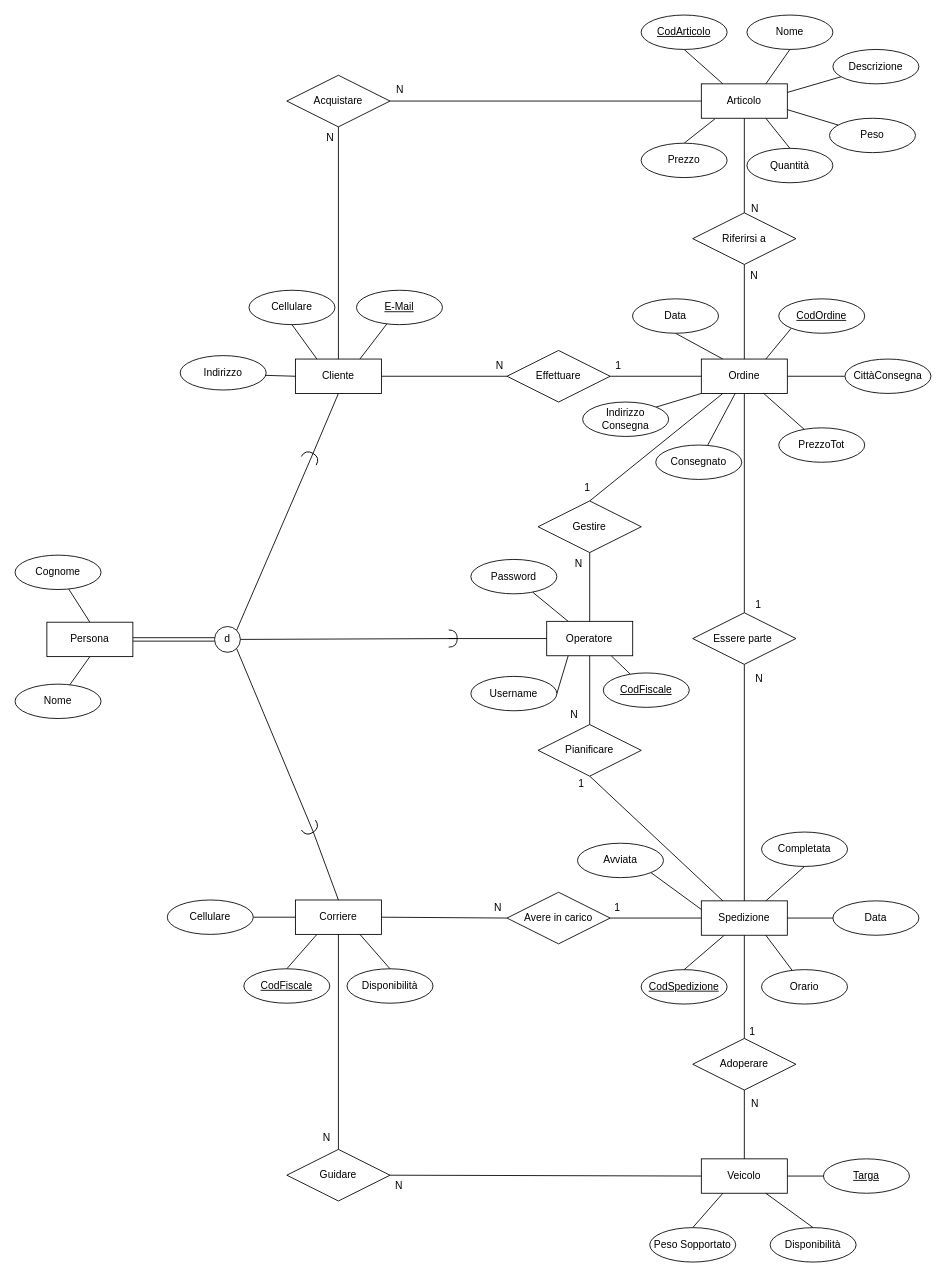
Earlier version of the draw.io diagram Basi di dati/Schema_ER.drawio (Gianluca-F/OOBD_Project). Source tidied: cells renumbered, new cells numbered last; positions are measured from the earlier drawing's top-left corner, leaving out a move shared by most shapes. Both pictures are drawn from the tidied source at 86%, with x=0, y=0 at pixel (15, 15).
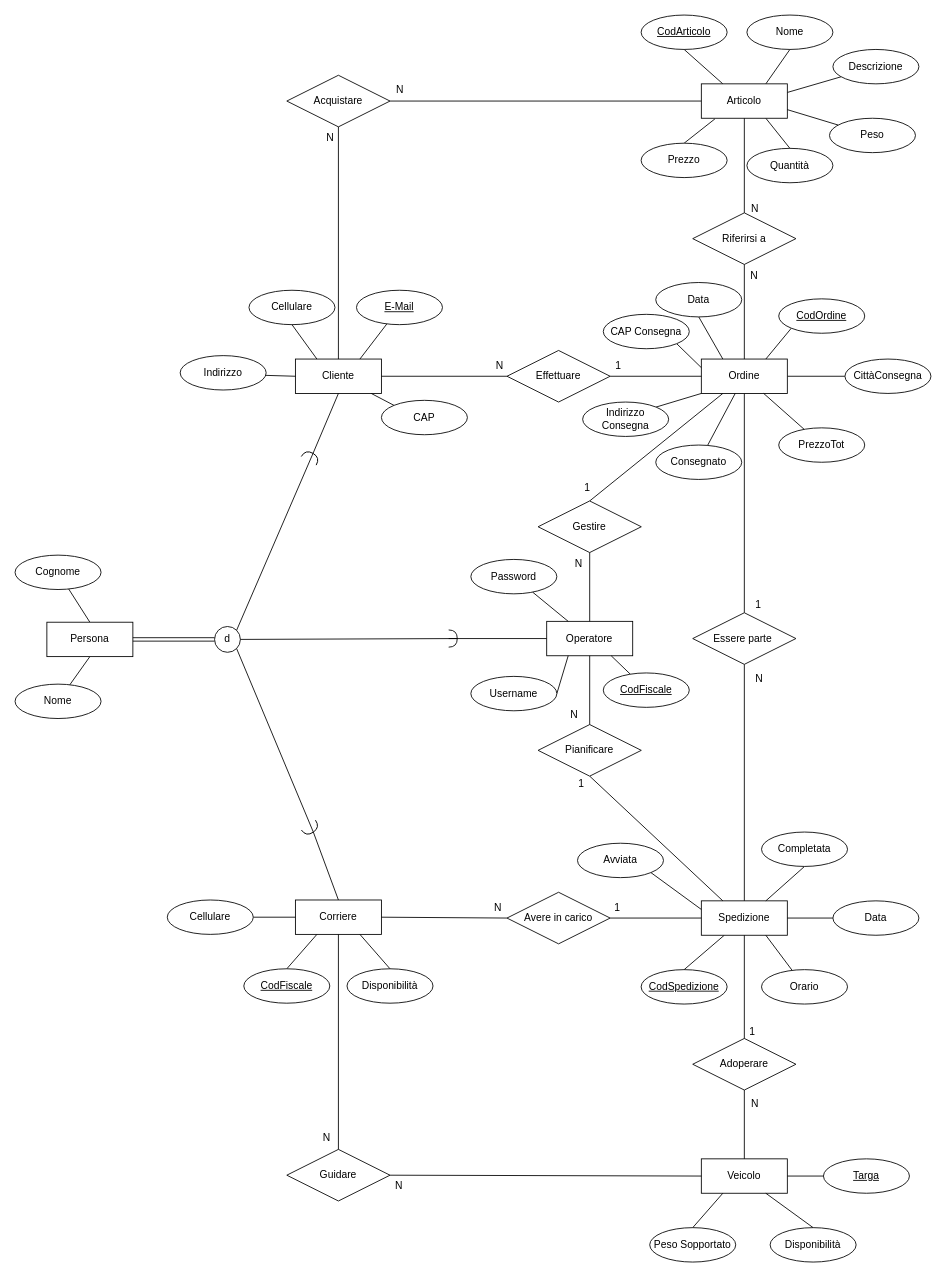
Above is the later version.

Unchanged cells that the change refers to:
```xml
<mxCell id="18" value="Ordine" style="whiteSpace=wrap;html=1;align=center;" parent="1" vertex="1">
  <mxGeometry x="798" y="400" width="100" height="40" as="geometry" />
</mxCell>
<mxCell id="70" value="Cliente" style="whiteSpace=wrap;html=1;align=center;" parent="1" vertex="1">
  <mxGeometry x="326" y="400" width="100" height="40" as="geometry" />
</mxCell>
```

The edit, as a diff of the source:
```diff
@@
     <mxCell id="20" value="Data" style="ellipse;whiteSpace=wrap;html=1;align=center;" parent="1" vertex="1">
-      <mxGeometry x="718" y="330" width="100" height="40" as="geometry" />
+      <mxGeometry x="745" y="311" width="100" height="40" as="geometry" />
     </mxCell>
@@
+    <mxCell id="129" style="rounded=0;jettySize=auto;html=1;exitX=1;exitY=1;exitDx=0;exitDy=0;entryX=0;entryY=0.25;entryDx=0;entryDy=0;endArrow=none;endFill=0;" parent="1" edge="1" source="130" target="18">
+      <mxGeometry relative="1" as="geometry" />
+    </mxCell>
+    <mxCell id="130" value="CAP Consegna" style="ellipse;whiteSpace=wrap;html=1;align=center;" parent="1" vertex="1">
+      <mxGeometry x="684" y="348" width="100" height="40" as="geometry" />
+    </mxCell>
+    <mxCell id="131" style="rounded=0;jettySize=auto;html=1;exitX=0;exitY=0;exitDx=0;exitDy=0;endArrow=none;endFill=0;" parent="1" edge="1" source="132" target="70">
+      <mxGeometry relative="1" as="geometry" />
+    </mxCell>
+    <mxCell id="132" value="CAP" style="ellipse;whiteSpace=wrap;html=1;align=center;" parent="1" vertex="1">
+      <mxGeometry x="426" y="448" width="100" height="40" as="geometry" />
+    </mxCell>
```
